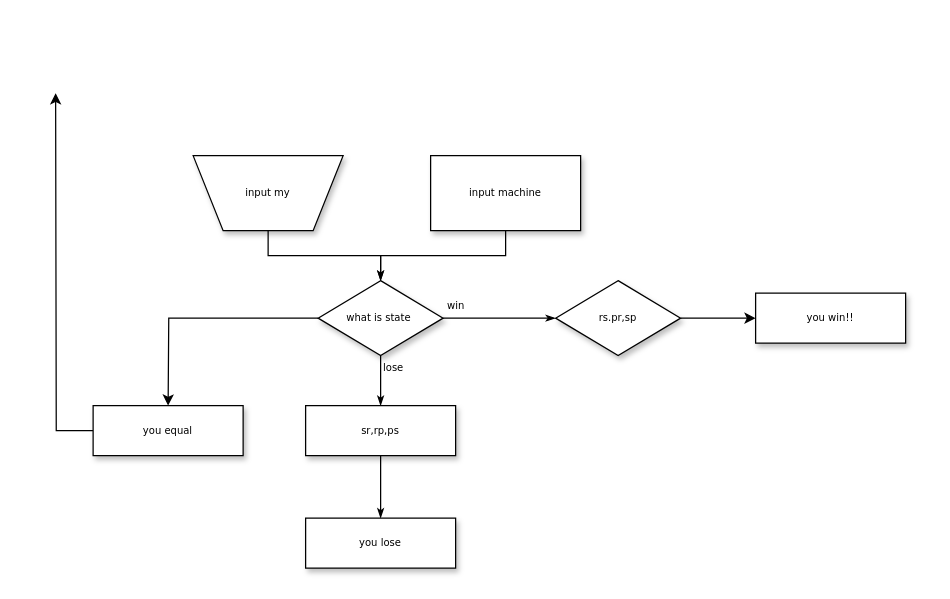
Above: flowChart/scissors.drawio in wer340/ascii-art (draw.io), before the change. Source tidied: cells renumbered, new cells numbered last; positions are measured from the earlier drawing's top-left corner, leaving out a move shared by most shapes. Both pictures are drawn from the tidied source at 125%, with x=0, y=0 at pixel (55, 92).
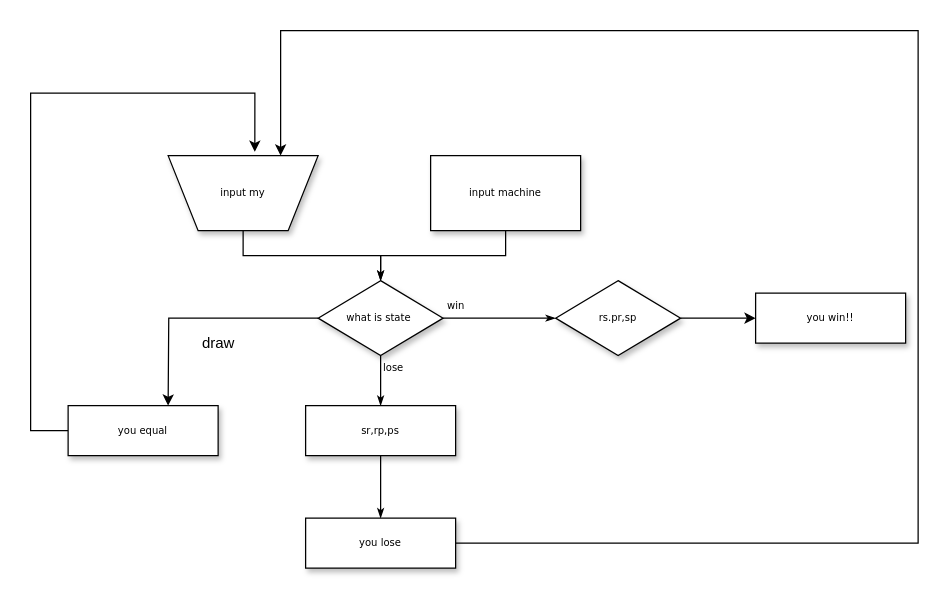
The same diagram, later.

The change refers to these unchanged cells:
```xml
<mxCell id="16" value="you lose" style="whiteSpace=wrap;html=1;rounded=0;shadow=1;labelBackgroundColor=none;strokeWidth=1;fontFamily=Verdana;fontSize=8;align=center;" parent="1" vertex="1">
  <mxGeometry x="200" y="340" width="120" height="40" as="geometry" />
</mxCell>
```

Diff of the diagram source:
```diff
@@
     <mxCell id="3" value="input my" style="shape=trapezoid;whiteSpace=wrap;html=1;rounded=0;shadow=1;labelBackgroundColor=none;strokeWidth=1;fontFamily=Verdana;fontSize=8;align=center;flipV=1;" parent="1" vertex="1">
-      <mxGeometry x="110" y="50" width="120" height="60" as="geometry" />
+      <mxGeometry x="90" y="50" width="120" height="60" as="geometry" />
     </mxCell>
@@
     <mxCell id="14" value="Yes" style="edgeStyle=orthogonalEdgeStyle;rounded=0;html=1;labelBackgroundColor=none;startSize=5;endArrow=classicThin;endFill=1;endSize=5;jettySize=auto;orthogonalLoop=1;strokeWidth=1;fontFamily=Verdana;fontSize=8;" parent="1" edge="1">
       <mxGeometry x="-0.69" y="-20" relative="1" as="geometry">
-        <mxPoint x="300.1" y="700" as="targetPoint" />
+        <mxPoint x="250.1" y="700" as="targetPoint" />
         <Array as="points">
-          <mxPoint x="270" y="900" />
-          <mxPoint x="270" y="700" />
+          <mxPoint x="220" y="900" />
+          <mxPoint x="220" y="700" />
         </Array>
       </mxGeometry>
     </mxCell>
@@
+    <mxCell id="19" style="edgeStyle=orthogonalEdgeStyle;rounded=0;jettySize=auto;html=1;entryX=0.75;entryY=0;entryDx=0;entryDy=0;" parent="1" edge="1" source="16" target="3">
+      <mxGeometry relative="1" as="geometry">
+        <Array as="points">
+          <mxPoint x="690" y="360" />
+          <mxPoint x="690" y="-50" />
+          <mxPoint x="180" y="-50" />
+        </Array>
+      </mxGeometry>
+    </mxCell>
@@
-    <mxCell id="17" style="edgeStyle=orthogonalEdgeStyle;rounded=0;jettySize=auto;html=1;" parent="1" edge="1" source="18">
-      <mxGeometry relative="1" as="geometry">
-        <mxPoint as="targetPoint" />
-      </mxGeometry>
-    </mxCell>
+    <mxCell id="20" style="edgeStyle=orthogonalEdgeStyle;rounded=0;jettySize=auto;html=1;entryX=0.578;entryY=1.051;entryDx=0;entryDy=0;entryPerimeter=0;" parent="1" edge="1" source="18" target="3">
+      <mxGeometry relative="1" as="geometry">
+        <Array as="points">
+          <mxPoint x="-20" y="270" />
+          <mxPoint x="-20" />
+          <mxPoint x="159" />
+        </Array>
+      </mxGeometry>
+    </mxCell>
     <mxCell id="18" value="you equal" style="whiteSpace=wrap;html=1;rounded=0;shadow=1;labelBackgroundColor=none;strokeWidth=1;fontFamily=Verdana;fontSize=8;align=center;" parent="1" vertex="1">
-      <mxGeometry x="30" y="250" width="120" height="40" as="geometry" />
+      <mxGeometry x="10" y="250" width="120" height="40" as="geometry" />
     </mxCell>
+    <mxCell id="21" value="draw" style="text;html=1;align=center;verticalAlign=middle;strokeColor=none;fillColor=none;" parent="1" vertex="1">
+      <mxGeometry x="110" y="190" width="40" height="20" as="geometry" />
+    </mxCell>
```
